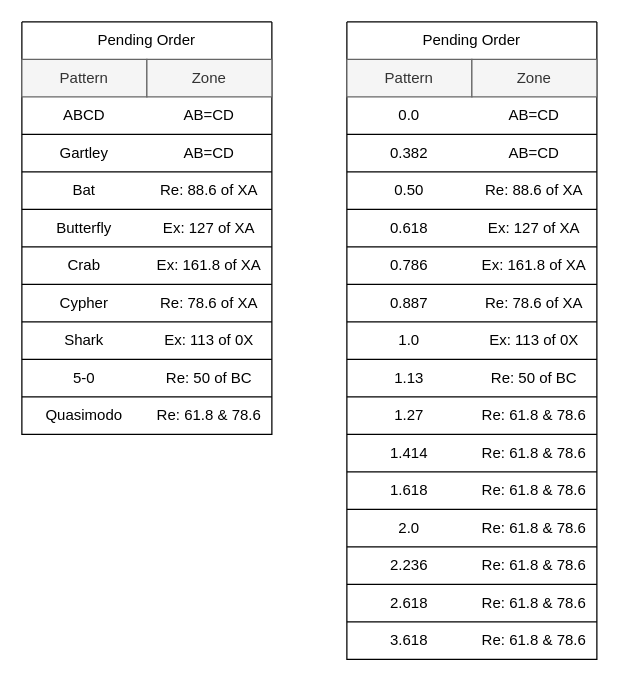
Earlier version of the draw.io diagram Harmonic.drawio (haza79/MT5-Smart-Money-Concept-Indicator). Source tidied: cells renumbered, new cells numbered last; positions are measured from the earlier drawing's top-left corner, leaving out a move shared by most shapes. Both pictures are drawn from the tidied source at 125%, with x=0, y=0 at pixel (21, 21).
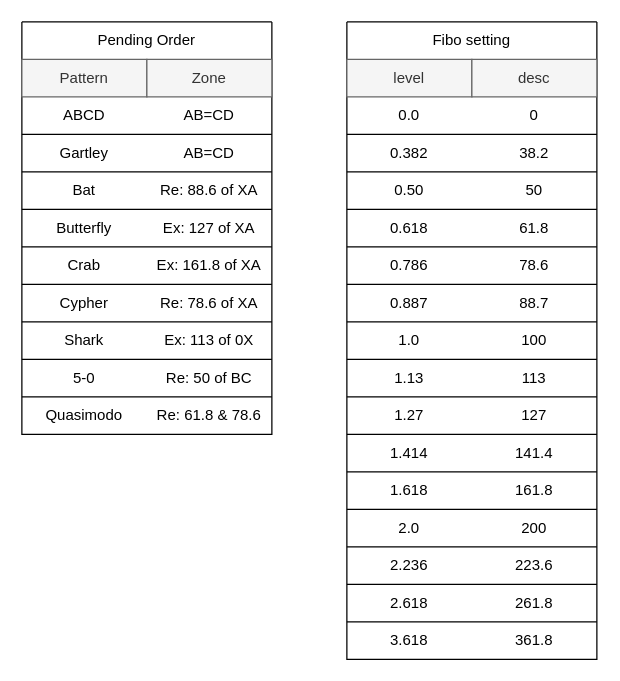
After the change.

The change refers to these unchanged cells:
```xml
<mxCell id="32" style="swimlane;startSize=0;" parent="1" vertex="1">
  <mxGeometry x="260" width="200" height="510" as="geometry" />
</mxCell>
```

The edit, as a diff of the source:
```diff
@@
-    <mxCell id="34" value="AB=CD" style="text;html=1;align=center;verticalAlign=middle;whiteSpace=wrap;rounded=0;strokeColor=none;" parent="32" vertex="1">
+    <mxCell id="34" value="0" style="text;html=1;align=center;verticalAlign=middle;whiteSpace=wrap;rounded=0;strokeColor=none;" parent="32" vertex="1">
       <mxGeometry x="100" y="60" width="100" height="30" as="geometry" />
     </mxCell>
@@
-    <mxCell id="36" value="AB=CD" style="text;html=1;align=center;verticalAlign=middle;whiteSpace=wrap;rounded=0;" parent="32" vertex="1">
+    <mxCell id="36" value="38.2" style="text;html=1;align=center;verticalAlign=middle;whiteSpace=wrap;rounded=0;" parent="32" vertex="1">
       <mxGeometry x="100" y="90" width="100" height="30" as="geometry" />
     </mxCell>
-    <mxCell id="37" value="Re: 88.6 of XA" style="text;html=1;align=center;verticalAlign=middle;whiteSpace=wrap;rounded=0;" parent="32" vertex="1">
+    <mxCell id="37" value="50" style="text;html=1;align=center;verticalAlign=middle;whiteSpace=wrap;rounded=0;" parent="32" vertex="1">
       <mxGeometry x="100" y="120" width="100" height="30" as="geometry" />
     </mxCell>
@@
-    <mxCell id="40" value="Ex: 127 of XA" style="text;html=1;align=center;verticalAlign=middle;whiteSpace=wrap;rounded=0;" parent="32" vertex="1">
+    <mxCell id="40" value="61.8" style="text;html=1;align=center;verticalAlign=middle;whiteSpace=wrap;rounded=0;" parent="32" vertex="1">
       <mxGeometry x="100" y="150" width="100" height="30" as="geometry" />
     </mxCell>
@@
-    <mxCell id="42" value="Ex: 161.8 of XA" style="text;html=1;align=center;verticalAlign=middle;whiteSpace=wrap;rounded=0;" parent="32" vertex="1">
+    <mxCell id="42" value="78.6" style="text;html=1;align=center;verticalAlign=middle;whiteSpace=wrap;rounded=0;" parent="32" vertex="1">
       <mxGeometry x="100" y="180" width="100" height="30" as="geometry" />
     </mxCell>
@@
-    <mxCell id="44" value="Re: 78.6 of XA" style="text;html=1;align=center;verticalAlign=middle;whiteSpace=wrap;rounded=0;" parent="32" vertex="1">
+    <mxCell id="44" value="88.7" style="text;html=1;align=center;verticalAlign=middle;whiteSpace=wrap;rounded=0;" parent="32" vertex="1">
       <mxGeometry x="100" y="210" width="100" height="30" as="geometry" />
     </mxCell>
@@
-    <mxCell id="46" value="Ex: 113 of 0X" style="text;html=1;align=center;verticalAlign=middle;whiteSpace=wrap;rounded=0;" parent="32" vertex="1">
+    <mxCell id="46" value="100" style="text;html=1;align=center;verticalAlign=middle;whiteSpace=wrap;rounded=0;" parent="32" vertex="1">
       <mxGeometry x="100" y="240" width="100" height="30" as="geometry" />
     </mxCell>
@@
-    <mxCell id="48" value="Re: 50 of BC" style="text;html=1;align=center;verticalAlign=middle;whiteSpace=wrap;rounded=0;" parent="32" vertex="1">
+    <mxCell id="48" value="113" style="text;html=1;align=center;verticalAlign=middle;whiteSpace=wrap;rounded=0;" parent="32" vertex="1">
       <mxGeometry x="100" y="270" width="100" height="30" as="geometry" />
     </mxCell>
@@
-    <mxCell id="50" value="Pattern" style="text;html=1;align=center;verticalAlign=middle;whiteSpace=wrap;rounded=0;fillColor=#f5f5f5;strokeColor=#666666;fontColor=#333333;" parent="32" vertex="1">
+    <mxCell id="50" value="level" style="text;html=1;align=center;verticalAlign=middle;whiteSpace=wrap;rounded=0;fillColor=#f5f5f5;strokeColor=#666666;fontColor=#333333;" parent="32" vertex="1">
       <mxGeometry y="30" width="100" height="30" as="geometry" />
     </mxCell>
-    <mxCell id="51" value="Zone" style="text;html=1;align=center;verticalAlign=middle;whiteSpace=wrap;rounded=0;fillColor=#f5f5f5;strokeColor=#666666;fontColor=#333333;" parent="32" vertex="1">
+    <mxCell id="51" value="desc" style="text;html=1;align=center;verticalAlign=middle;whiteSpace=wrap;rounded=0;fillColor=#f5f5f5;strokeColor=#666666;fontColor=#333333;" parent="32" vertex="1">
       <mxGeometry x="100" y="30" width="100" height="30" as="geometry" />
     </mxCell>
@@
-    <mxCell id="60" value="Pending Order" style="text;html=1;align=center;verticalAlign=middle;whiteSpace=wrap;rounded=0;" parent="32" vertex="1">
+    <mxCell id="60" value="Fibo setting" style="text;html=1;align=center;verticalAlign=middle;whiteSpace=wrap;rounded=0;" parent="32" vertex="1">
       <mxGeometry width="200" height="30" as="geometry" />
     </mxCell>
-    <mxCell id="61" value="Re: 61.8 &amp;amp; 78.6" style="text;html=1;align=center;verticalAlign=middle;whiteSpace=wrap;rounded=0;" parent="32" vertex="1">
+    <mxCell id="61" value="127" style="text;html=1;align=center;verticalAlign=middle;whiteSpace=wrap;rounded=0;" parent="32" vertex="1">
       <mxGeometry x="100" y="300" width="100" height="30" as="geometry" />
     </mxCell>
@@
-    <mxCell id="64" value="Re: 61.8 &amp;amp; 78.6" style="text;html=1;align=center;verticalAlign=middle;whiteSpace=wrap;rounded=0;" parent="32" vertex="1">
+    <mxCell id="64" value="141.4" style="text;html=1;align=center;verticalAlign=middle;whiteSpace=wrap;rounded=0;" parent="32" vertex="1">
       <mxGeometry x="100" y="330" width="100" height="30" as="geometry" />
     </mxCell>
@@
-    <mxCell id="67" value="Re: 61.8 &amp;amp; 78.6" style="text;html=1;align=center;verticalAlign=middle;whiteSpace=wrap;rounded=0;" parent="32" vertex="1">
+    <mxCell id="67" value="161.8" style="text;html=1;align=center;verticalAlign=middle;whiteSpace=wrap;rounded=0;" parent="32" vertex="1">
       <mxGeometry x="100" y="360" width="100" height="30" as="geometry" />
     </mxCell>
@@
-    <mxCell id="70" value="Re: 61.8 &amp;amp; 78.6" style="text;html=1;align=center;verticalAlign=middle;whiteSpace=wrap;rounded=0;" parent="32" vertex="1">
+    <mxCell id="70" value="200" style="text;html=1;align=center;verticalAlign=middle;whiteSpace=wrap;rounded=0;" parent="32" vertex="1">
       <mxGeometry x="100" y="390" width="100" height="30" as="geometry" />
     </mxCell>
@@
-    <mxCell id="73" value="Re: 61.8 &amp;amp; 78.6" style="text;html=1;align=center;verticalAlign=middle;whiteSpace=wrap;rounded=0;" parent="32" vertex="1">
+    <mxCell id="73" value="223.6" style="text;html=1;align=center;verticalAlign=middle;whiteSpace=wrap;rounded=0;" parent="32" vertex="1">
       <mxGeometry x="100" y="420" width="100" height="30" as="geometry" />
     </mxCell>
@@
-    <mxCell id="76" value="Re: 61.8 &amp;amp; 78.6" style="text;html=1;align=center;verticalAlign=middle;whiteSpace=wrap;rounded=0;" parent="32" vertex="1">
+    <mxCell id="76" value="261.8" style="text;html=1;align=center;verticalAlign=middle;whiteSpace=wrap;rounded=0;" parent="32" vertex="1">
       <mxGeometry x="100" y="450" width="100" height="30" as="geometry" />
     </mxCell>
@@
-    <mxCell id="79" value="Re: 61.8 &amp;amp; 78.6" style="text;html=1;align=center;verticalAlign=middle;whiteSpace=wrap;rounded=0;" parent="32" vertex="1">
+    <mxCell id="79" value="361.8" style="text;html=1;align=center;verticalAlign=middle;whiteSpace=wrap;rounded=0;" parent="32" vertex="1">
       <mxGeometry x="100" y="480" width="100" height="30" as="geometry" />
     </mxCell>
```
